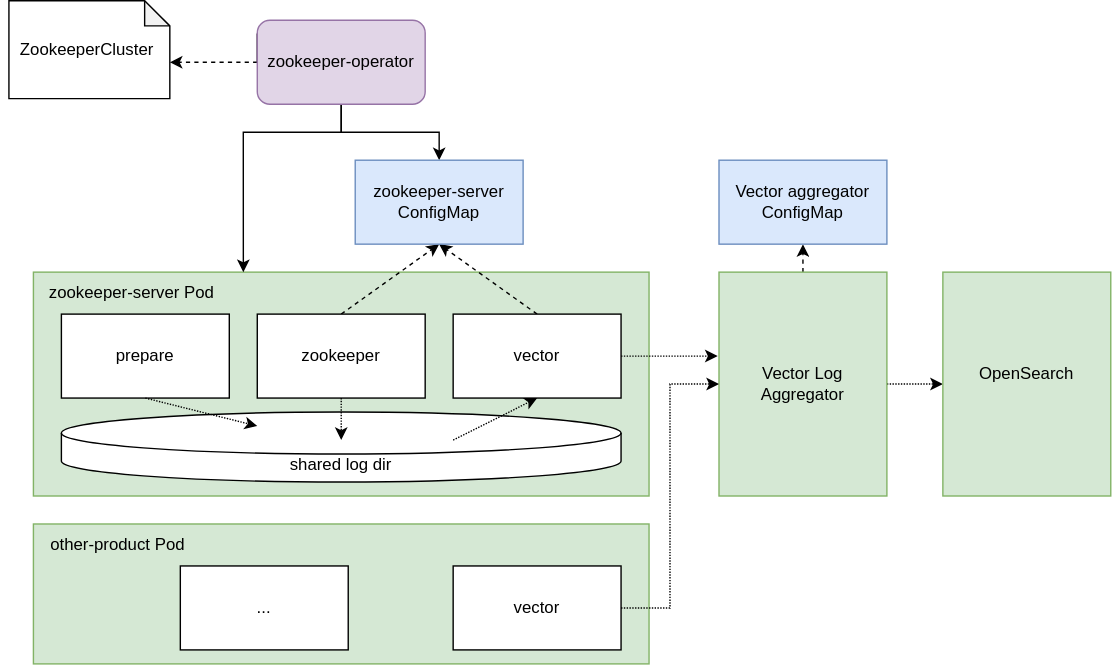
This is modules/concepts/images/logging_architecture.drawio.svg from stackabletech/documentation, a draw.io export, as it was before one commit. Source tidied: cells renumbered, new cells last; positions are measured from the earlier drawing's top-left corner, leaving out a move shared by most shapes.
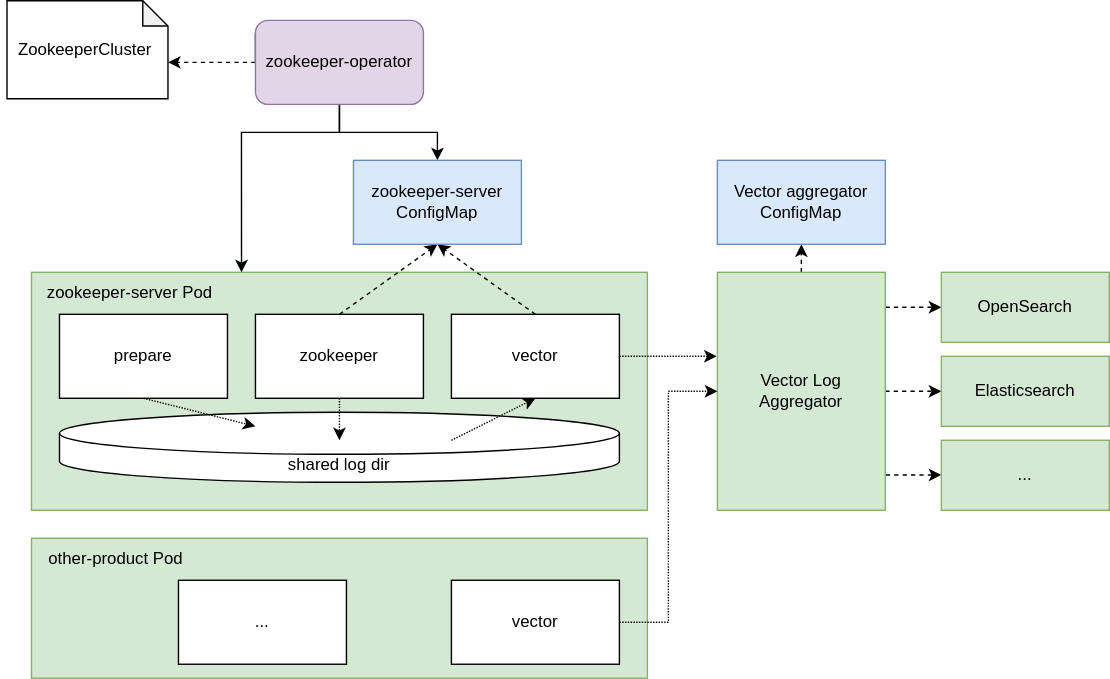
Above is the later version.

Commit message:
logging docs: mention other sinks (#471)

Change to the diagram source:
```diff
@@ -3,7 +3,7 @@
     <mxCell id="0" />
     <mxCell id="1" parent="0" />
     <mxCell id="2" style="rounded=0;whiteSpace=wrap;html=1;fillColor=#d5e8d4;strokeColor=#82b366;" parent="1" vertex="1">
-      <mxGeometry x="22" y="194" width="440" height="160" as="geometry" />
+      <mxGeometry x="22" y="194" width="440" height="170" as="geometry" />
     </mxCell>
     <mxCell id="3" style="rounded=0;jettySize=auto;html=1;entryX=0.5;entryY=1;entryDx=0;entryDy=0;dashed=1;exitX=0.5;exitY=0;exitDx=0;exitDy=0;" parent="1" edge="1" source="4" target="15">
       <mxGeometry relative="1" as="geometry" />
@@ -14,7 +14,7 @@
     <mxCell id="5" value="prepare" style="rounded=0;whiteSpace=wrap;html=1;" parent="1" vertex="1">
       <mxGeometry x="42" y="224" width="120" height="60" as="geometry" />
     </mxCell>
-    <mxCell id="6" style="rounded=0;jettySize=auto;html=1;exitX=1;exitY=0.5;exitDx=0;exitDy=0;entryX=-0.008;entryY=0.375;entryDx=0;entryDy=0;dashed=1;dashPattern=1 1;entryPerimeter=0;" parent="1" edge="1" source="8" target="24">
+    <mxCell id="6" style="rounded=0;jettySize=auto;html=1;exitX=1;exitY=0.5;exitDx=0;exitDy=0;entryX=-0.004;entryY=0.353;entryDx=0;entryDy=0;dashed=1;dashPattern=1 1;entryPerimeter=0;" parent="1" edge="1" source="8" target="24">
       <mxGeometry relative="1" as="geometry" />
     </mxCell>
     <mxCell id="7" style="edgeStyle=none;rounded=0;jettySize=auto;html=1;entryX=0.5;entryY=1;entryDx=0;entryDy=0;dashed=1;exitX=0.5;exitY=0;exitDx=0;exitDy=0;" parent="1" edge="1" source="8" target="15">
@@ -74,39 +74,47 @@
     <mxCell id="21" value="ZookeeperCluster" style="text;html=1;align=center;verticalAlign=middle;strokeColor=none;fillColor=none;" parent="1" vertex="1">
       <mxGeometry x="-0.5" y="20" width="120" height="30" as="geometry" />
     </mxCell>
+    <mxCell id="23" style="edgeStyle=none;rounded=0;jettySize=auto;html=1;exitX=0.5;exitY=0;exitDx=0;exitDy=0;entryX=0.5;entryY=1;entryDx=0;entryDy=0;dashed=1;" parent="1" edge="1" source="24" target="26">
+      <mxGeometry relative="1" as="geometry" />
+    </mxCell>
-    <mxCell id="22" style="edgeStyle=none;rounded=0;jettySize=auto;html=1;exitX=1;exitY=0.5;exitDx=0;exitDy=0;entryX=0;entryY=0.5;entryDx=0;entryDy=0;dashed=1;dashPattern=1 1;" parent="1" edge="1" source="24" target="25">
-      <mxGeometry relative="1" as="geometry">
-        <Array as="points">
-          <mxPoint x="642" y="274" />
-        </Array>
-      </mxGeometry>
+    <mxCell id="22" style="edgeStyle=orthogonalEdgeStyle;rounded=0;jettySize=auto;html=1;exitX=1.001;exitY=0.147;exitDx=0;exitDy=0;exitPerimeter=0;dashed=1;" parent="1" edge="1" source="24" target="25">
+      <mxGeometry relative="1" as="geometry" />
     </mxCell>
-    <mxCell id="23" style="edgeStyle=none;rounded=0;jettySize=auto;html=1;exitX=0.5;exitY=0;exitDx=0;exitDy=0;entryX=0.5;entryY=1;entryDx=0;entryDy=0;dashed=1;" parent="1" edge="1" source="24" target="26">
-      <mxGeometry relative="1" as="geometry" />
-    </mxCell>
+    <mxCell id="32" style="edgeStyle=orthogonalEdgeStyle;rounded=0;jettySize=auto;html=1;entryX=0;entryY=0.5;entryDx=0;entryDy=0;dashed=1;" parent="1" edge="1" source="24" target="34">
+      <mxGeometry relative="1" as="geometry" />
+    </mxCell>
+    <mxCell id="33" style="edgeStyle=orthogonalEdgeStyle;rounded=0;jettySize=auto;html=1;entryX=0;entryY=0.5;entryDx=0;entryDy=0;exitX=1.003;exitY=0.852;exitDx=0;exitDy=0;exitPerimeter=0;dashed=1;" parent="1" edge="1" source="24" target="35">
+      <mxGeometry relative="1" as="geometry" />
+    </mxCell>
     <mxCell id="24" value="Vector Log Aggregator" style="rounded=0;whiteSpace=wrap;html=1;fillColor=#d5e8d4;strokeColor=#82b366;" parent="1" vertex="1">
-      <mxGeometry x="512" y="194" width="120" height="160" as="geometry" />
+      <mxGeometry x="512" y="194" width="120" height="170" as="geometry" />
     </mxCell>
-    <mxCell id="25" value="&lt;div&gt;OpenSearch&lt;/div&gt;&lt;div&gt;&lt;br&gt;&lt;/div&gt;" style="rounded=0;whiteSpace=wrap;html=1;fillColor=#d5e8d4;strokeColor=#82b366;" parent="1" vertex="1">
-      <mxGeometry x="672" y="194" width="120" height="160" as="geometry" />
+    <mxCell id="25" value="OpenSearch" style="rounded=0;whiteSpace=wrap;html=1;fillColor=#d5e8d4;strokeColor=#82b366;" parent="1" vertex="1">
+      <mxGeometry x="672" y="194" width="120" height="50" as="geometry" />
     </mxCell>
     <mxCell id="26" value="&lt;div&gt;Vector aggregator&lt;/div&gt;&lt;div&gt;ConfigMap&lt;br&gt;&lt;/div&gt;" style="rounded=0;whiteSpace=wrap;html=1;fillColor=#dae8fc;strokeColor=#6c8ebf;" parent="1" vertex="1">
       <mxGeometry x="512" y="114" width="120" height="60" as="geometry" />
     </mxCell>
     <mxCell id="27" style="rounded=0;whiteSpace=wrap;html=1;fillColor=#d5e8d4;strokeColor=#82b366;" parent="1" vertex="1">
-      <mxGeometry x="22" y="374" width="440" height="100" as="geometry" />
+      <mxGeometry x="22" y="384" width="440" height="100" as="geometry" />
     </mxCell>
     <mxCell id="28" value="vector" style="rounded=0;whiteSpace=wrap;html=1;" parent="1" vertex="1">
-      <mxGeometry x="322" y="404" width="120" height="60" as="geometry" />
+      <mxGeometry x="322" y="414" width="120" height="60" as="geometry" />
     </mxCell>
     <mxCell id="29" value="other-product Pod" style="text;html=1;align=center;verticalAlign=middle;strokeColor=none;fillColor=none;" parent="1" vertex="1">
-      <mxGeometry x="22" y="374" width="120" height="30" as="geometry" />
+      <mxGeometry x="22" y="384" width="120" height="30" as="geometry" />
     </mxCell>
     <mxCell id="30" value="..." style="rounded=0;whiteSpace=wrap;html=1;" parent="1" vertex="1">
-      <mxGeometry x="127" y="404" width="120" height="60" as="geometry" />
+      <mxGeometry x="127" y="414" width="120" height="60" as="geometry" />
     </mxCell>
     <mxCell id="31" style="edgeStyle=orthogonalEdgeStyle;rounded=0;jettySize=auto;html=1;entryX=0;entryY=0.5;entryDx=0;entryDy=0;dashed=1;dashPattern=1 1;exitX=1;exitY=0.5;exitDx=0;exitDy=0;" parent="1" edge="1" source="28" target="24">
       <mxGeometry relative="1" as="geometry" />
     </mxCell>
+    <mxCell id="34" value="Elasticsearch" style="rounded=0;whiteSpace=wrap;html=1;fillColor=#d5e8d4;strokeColor=#82b366;" parent="1" vertex="1">
+      <mxGeometry x="672" y="254" width="120" height="50" as="geometry" />
+    </mxCell>
+    <mxCell id="35" value="..." style="rounded=0;whiteSpace=wrap;html=1;fillColor=#d5e8d4;strokeColor=#82b366;" parent="1" vertex="1">
+      <mxGeometry x="672" y="314" width="120" height="50" as="geometry" />
+    </mxCell>
   </root>
 </mxGraphModel>
```
